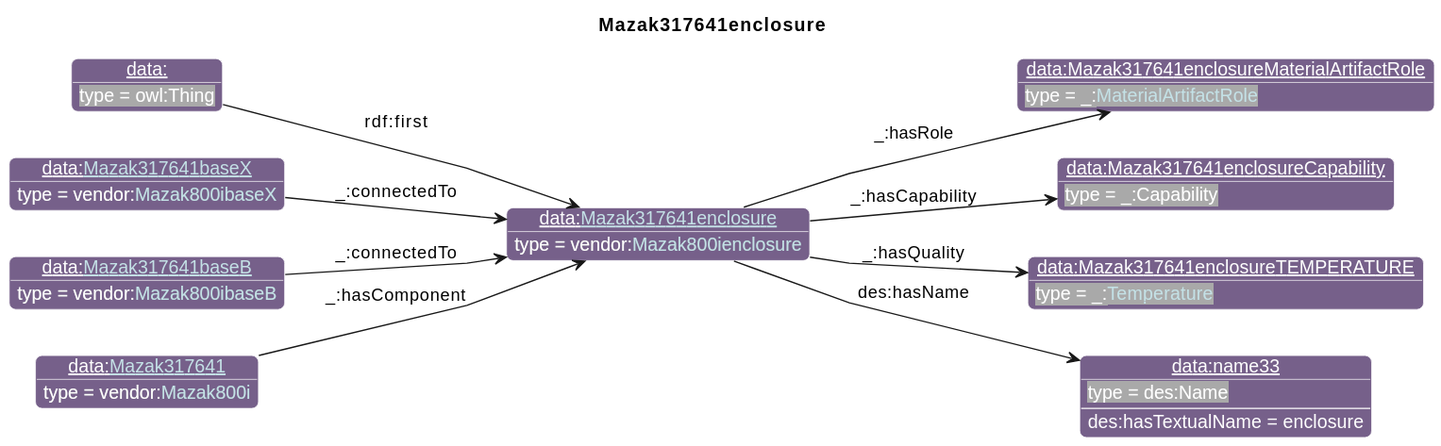
iofoundry/example-syseng-mtconnect keeps this PlantUML diagram as diagrams/Mazak317641enclosure.svg. Above is the earlier version.
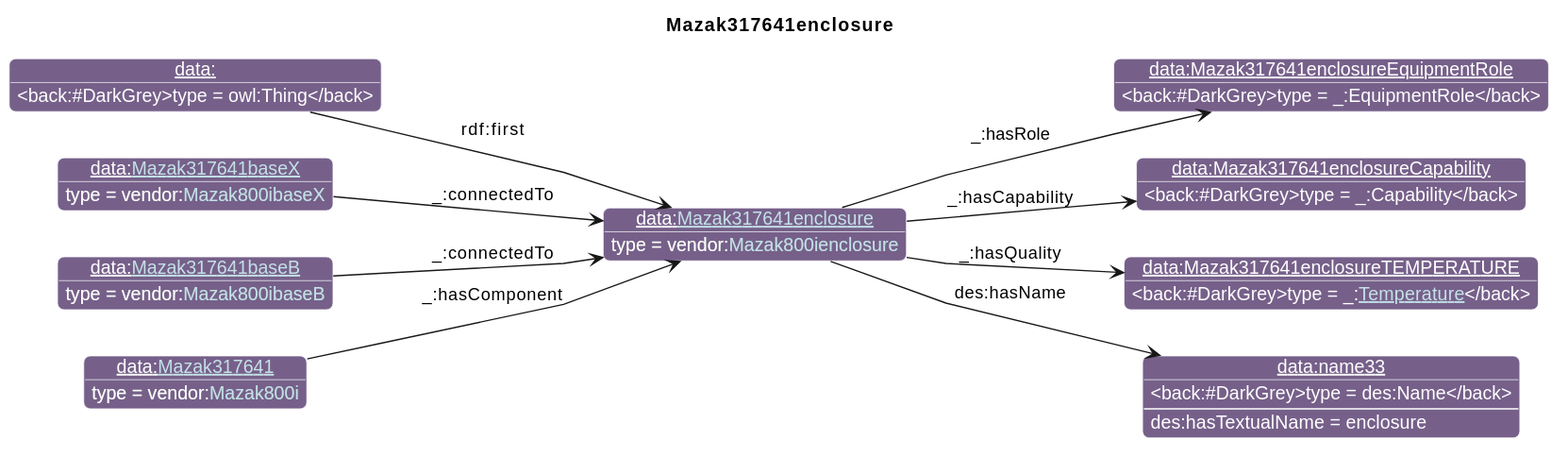
After the change.

What changed in the source:
```diff
@@ -26,7 +26,7 @@
                       "qp":"641B2E"
       }
 individual(o0, data:[[./Mazak317641enclosure.html Mazak317641enclosure]], vendor:[[../Mazak.html#Mazak800ienclosure Mazak800ienclosure]])
-individual(o1, data:Mazak317641enclosureMaterialArtifactRole, _:[[../MTConnect.html#MaterialArtifactRole MaterialArtifactRole]])
+individual(o1, data:Mazak317641enclosureEquipmentRole, _:EquipmentRole)
 individual(o2, data:Mazak317641enclosureCapability, _:Capability)
 individual(o3, data:Mazak317641enclosureTEMPERATURE, _:[[../MTConnect.html#Temperature Temperature]])
 individual(o4, data:name33, des:Name)
```
